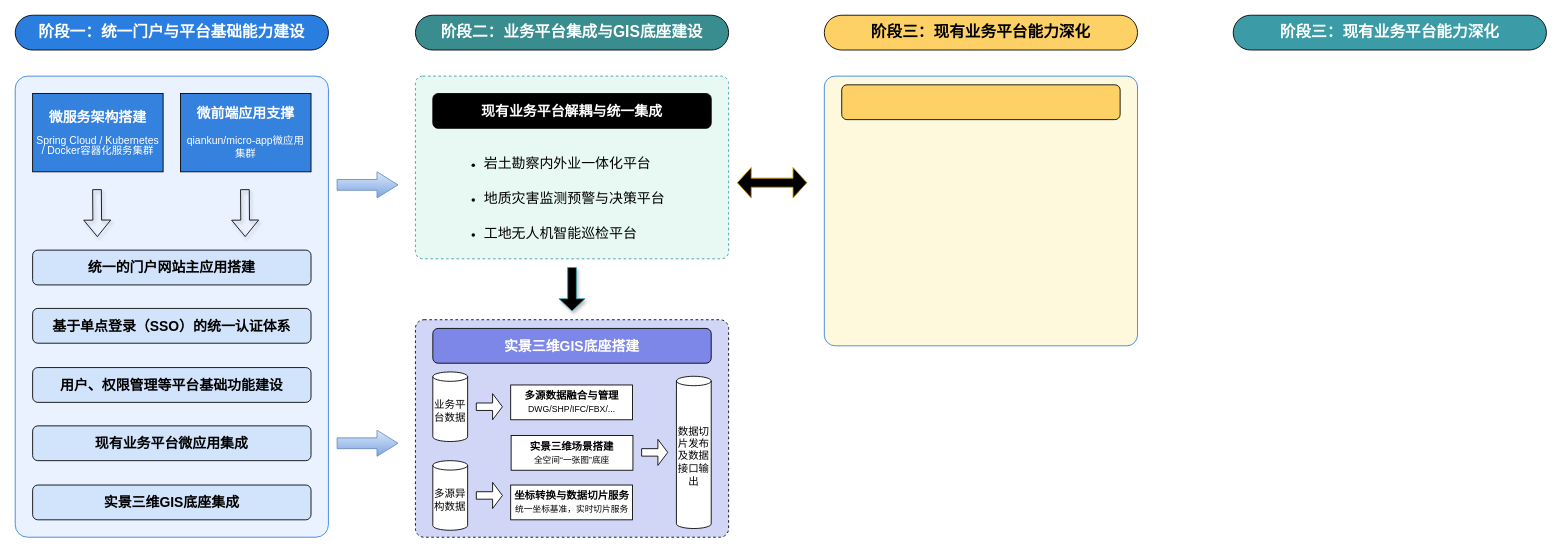
The draw.io diagram page "技术路线" (2 of 3) of 岩土大数据平台架构.drawio in JiaYF1/my_draw_io, before the edit. Source tidied: cells renumbered, new cells numbered last; positions are measured from the earlier drawing's top-left corner, leaving out a move shared by most shapes. Both pictures are drawn from the tidied source at 87%, with x=0, y=0 at pixel (15, 15).
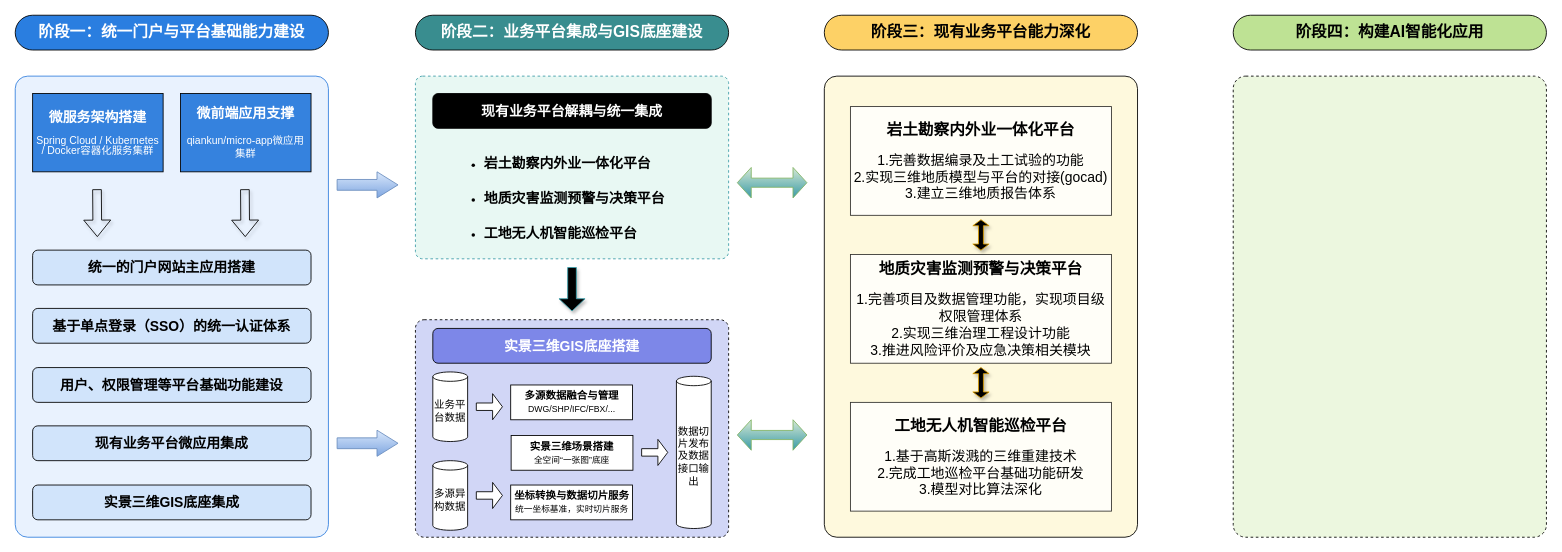
The same page after the edit.

The edit, as a diff of the source:
```diff
@@
-    <mxCell id="21" value="阶段三：现有业务平台能力深化" style="rounded=1;whiteSpace=wrap;html=1;fontSize=18;fontStyle=1;arcSize=50;fillColor=light-dark(#3B9CA8,#FDD165);fontColor=light-dark(#ffffff, #ededed);flipH=1;" parent="1" vertex="1">
+    <mxCell id="21" value="&lt;font style=&quot;color: rgb(0, 0, 0);&quot;&gt;阶段四：构建AI智能化应用&lt;/font&gt;" style="rounded=1;whiteSpace=wrap;html=1;fontSize=18;fontStyle=1;arcSize=50;fillColor=light-dark(#bee294, #FDD165);fontColor=light-dark(#ffffff, #ededed);flipH=1;" parent="1" vertex="1">
       <mxGeometry x="1400" width="360" height="40" as="geometry" />
     </mxCell>
@@
-    <mxCell id="23" value="&lt;ul style=&quot;padding-left: 5px; line-height: 250%;&quot;&gt;&lt;li&gt;&lt;font style=&quot;font-size: 16px; line-height: 250%;&quot;&gt;&lt;span style=&quot;font-weight: normal;&quot;&gt;岩土勘察内外业一体化平台&lt;/span&gt;&lt;/font&gt;&lt;/li&gt;&lt;li&gt;&lt;font style=&quot;font-size: 16px; line-height: 250%;&quot;&gt;&lt;span style=&quot;font-weight: normal;&quot;&gt;地质灾害监测预警与决策平台&lt;/span&gt;&lt;/font&gt;&lt;/li&gt;&lt;li&gt;&lt;font style=&quot;font-size: 16px; line-height: 250%;&quot;&gt;&lt;span style=&quot;font-weight: normal;&quot;&gt;工地无人机智能巡检平台&lt;/span&gt;&lt;/font&gt;&lt;/li&gt;&lt;/ul&gt;" style="text;html=1;whiteSpace=wrap;strokeColor=none;fillColor=none;align=left;verticalAlign=middle;rounded=0;fontStyle=1;" parent="1" vertex="1">
+    <mxCell id="23" value="&lt;ul style=&quot;padding-left: 5px; line-height: 250%;&quot;&gt;&lt;li&gt;&lt;font style=&quot;font-size: 16px; line-height: 250%;&quot;&gt;岩土勘察内外业一体化平台&lt;/font&gt;&lt;/li&gt;&lt;li&gt;&lt;font style=&quot;font-size: 16px; line-height: 250%;&quot;&gt;地质灾害监测预警与决策平台&lt;/font&gt;&lt;/li&gt;&lt;li&gt;&lt;font style=&quot;font-size: 16px; line-height: 250%;&quot;&gt;工地无人机智能巡检平台&lt;/font&gt;&lt;/li&gt;&lt;/ul&gt;" style="text;html=1;whiteSpace=wrap;strokeColor=none;fillColor=none;align=left;verticalAlign=middle;rounded=0;fontStyle=1;" parent="1" vertex="1">
       <mxGeometry x="532" y="160" width="215" height="100" as="geometry" />
     </mxCell>
@@
-    <mxCell id="33" style="rounded=1;whiteSpace=wrap;html=1;glass=0;arcSize=4;fillColor=light-dark(#fef9dd, #ededed);strokeColor=light-dark(#3481de, #ededed);" parent="1" vertex="1">
-      <mxGeometry x="930" y="70" width="360" height="310" as="geometry" />
+    <mxCell id="33" style="rounded=1;whiteSpace=wrap;html=1;glass=0;arcSize=4;fillColor=light-dark(#fef9dd, #ededed);strokeColor=light-dark(#000000,#EDEDED);" parent="1" vertex="1">
+      <mxGeometry x="930" y="70" width="360" height="530" as="geometry" />
     </mxCell>
-    <mxCell id="34" style="rounded=1;whiteSpace=wrap;html=1;fillColor=light-dark(#fdd165, #675000);strokeColor=light-dark(#000000, #8d7600);fontColor=light-dark(#ffffff, #ededed);" parent="1" vertex="1">
-      <mxGeometry x="950" y="80" width="320" height="40" as="geometry" />
-    </mxCell>
-    <mxCell id="35" style="shape=doubleArrow;whiteSpace=wrap;html=1;fillColor=light-dark(#f2e5ba, #6a3f00);gradientColor=#ffa500;strokeColor=#d79b00;gradientDirection=north;" parent="1" vertex="1">
+    <mxCell id="35" style="shape=doubleArrow;whiteSpace=wrap;html=1;fillColor=#d5e8d4;gradientColor=#3A9BA7;strokeColor=#82b366;gradientDirection=south;" parent="1" vertex="1">
       <mxGeometry x="830" y="175" width="80" height="35" as="geometry" />
     </mxCell>
+    <mxCell id="36" style="shape=doubleArrow;whiteSpace=wrap;html=1;fillColor=#d5e8d4;gradientColor=#3A9BA7;strokeColor=#82b366;gradientDirection=south;" parent="1" vertex="1">
+      <mxGeometry x="830" y="465" width="80" height="35" as="geometry" />
+    </mxCell>
+    <mxCell id="37" style="rounded=1;whiteSpace=wrap;html=1;glass=0;arcSize=4;fillColor=light-dark(#ecf7df, #ededed);strokeColor=light-dark(#000000,#EDEDED);dashed=1;" parent="1" vertex="1">
+      <mxGeometry x="1400" y="70" width="360" height="530" as="geometry" />
+    </mxCell>
+    <mxCell id="38" value="&lt;span style=&quot;font-size: 18px;&quot;&gt;&lt;b&gt;岩土勘察内外业一体化平台&lt;/b&gt;&lt;/span&gt;&lt;br&gt;&lt;div&gt;&lt;font style=&quot;font-size: 10px;&quot;&gt;&lt;br&gt;&lt;/font&gt;&lt;/div&gt;&lt;div&gt;&lt;span style=&quot;font-size: 16px; background-color: transparent; color: light-dark(rgb(0, 0, 0), rgb(255, 255, 255));&quot;&gt;1.完善数据编录及土工试验的功能&lt;/span&gt;&lt;br&gt;&lt;span style=&quot;background-color: transparent; color: light-dark(rgb(0, 0, 0), rgb(255, 255, 255)); font-size: 16px;&quot;&gt;2.实现三维地质模型与平台的对接(gocad)&lt;/span&gt;&lt;br&gt;&lt;span style=&quot;font-size: 16px; background-color: transparent; color: light-dark(rgb(0, 0, 0), rgb(255, 255, 255));&quot;&gt;3.建立三维地质报告体系&lt;/span&gt;&lt;/div&gt;" style="rounded=0;whiteSpace=wrap;html=1;opacity=80;" parent="1" vertex="1">
+      <mxGeometry x="960" y="105" width="300" height="125" as="geometry" />
+    </mxCell>
+    <mxCell id="39" value="&lt;span style=&quot;font-size: 18px;&quot;&gt;&lt;b&gt;地质灾害监测预警与决策平台&lt;/b&gt;&lt;/span&gt;&lt;br&gt;&lt;div&gt;&lt;font style=&quot;font-size: 10px;&quot;&gt;&lt;br&gt;&lt;/font&gt;&lt;/div&gt;&lt;div&gt;&lt;span style=&quot;font-size: 16px; background-color: transparent; color: light-dark(rgb(0, 0, 0), rgb(255, 255, 255));&quot;&gt;1.完善项目及数据管理功能，实现项目级权限管理体系&lt;/span&gt;&lt;br&gt;&lt;span style=&quot;background-color: transparent; color: light-dark(rgb(0, 0, 0), rgb(255, 255, 255)); font-size: 16px;&quot;&gt;2.实现三维治理工程设计功能&lt;/span&gt;&lt;br&gt;&lt;span style=&quot;font-size: 16px; background-color: transparent; color: light-dark(rgb(0, 0, 0), rgb(255, 255, 255));&quot;&gt;3.推进风险评价及应急决策相关模块&lt;/span&gt;&lt;/div&gt;" style="rounded=0;whiteSpace=wrap;html=1;opacity=80;" parent="1" vertex="1">
+      <mxGeometry x="960" y="275" width="300" height="125" as="geometry" />
+    </mxCell>
+    <mxCell id="40" value="&lt;span style=&quot;font-size: 18px;&quot;&gt;&lt;b&gt;工地无人机智能巡检平台&lt;/b&gt;&lt;/span&gt;&lt;br&gt;&lt;div&gt;&lt;font style=&quot;font-size: 10px;&quot;&gt;&lt;br&gt;&lt;/font&gt;&lt;/div&gt;&lt;div&gt;&lt;span style=&quot;font-size: 16px; background-color: transparent; color: light-dark(rgb(0, 0, 0), rgb(255, 255, 255));&quot;&gt;1.基于高斯泼溅的三维重建技术&lt;/span&gt;&lt;br&gt;&lt;span style=&quot;background-color: transparent; color: light-dark(rgb(0, 0, 0), rgb(255, 255, 255)); font-size: 16px;&quot;&gt;2.完成工地巡检平台基础功能研发&lt;/span&gt;&lt;br&gt;&lt;span style=&quot;font-size: 16px; background-color: transparent; color: light-dark(rgb(0, 0, 0), rgb(255, 255, 255));&quot;&gt;3.模型对比算法深化&lt;/span&gt;&lt;/div&gt;" style="rounded=0;whiteSpace=wrap;html=1;opacity=80;" parent="1" vertex="1">
+      <mxGeometry x="960" y="445" width="300" height="125" as="geometry" />
+    </mxCell>
+    <mxCell id="41" style="shape=doubleArrow;direction=south;whiteSpace=wrap;html=1;fillColor=#ffcd28;gradientColor=light-dark(#fdd166, #a05300);strokeColor=#d79b00;shadow=1;" parent="1" vertex="1">
+      <mxGeometry x="1100.7" y="235" width="18.7" height="35" as="geometry" />
+    </mxCell>
+    <mxCell id="42" style="shape=doubleArrow;direction=south;whiteSpace=wrap;html=1;strokeColor=#d79b00;align=center;verticalAlign=middle;fontFamily=Helvetica;fontSize=12;fontColor=default;fillColor=#ffcd28;gradientColor=light-dark(#fdd166, #a05300);shadow=1;" parent="1" vertex="1">
+      <mxGeometry x="1100.7" y="405" width="18.7" height="35" as="geometry" />
+    </mxCell>
```
